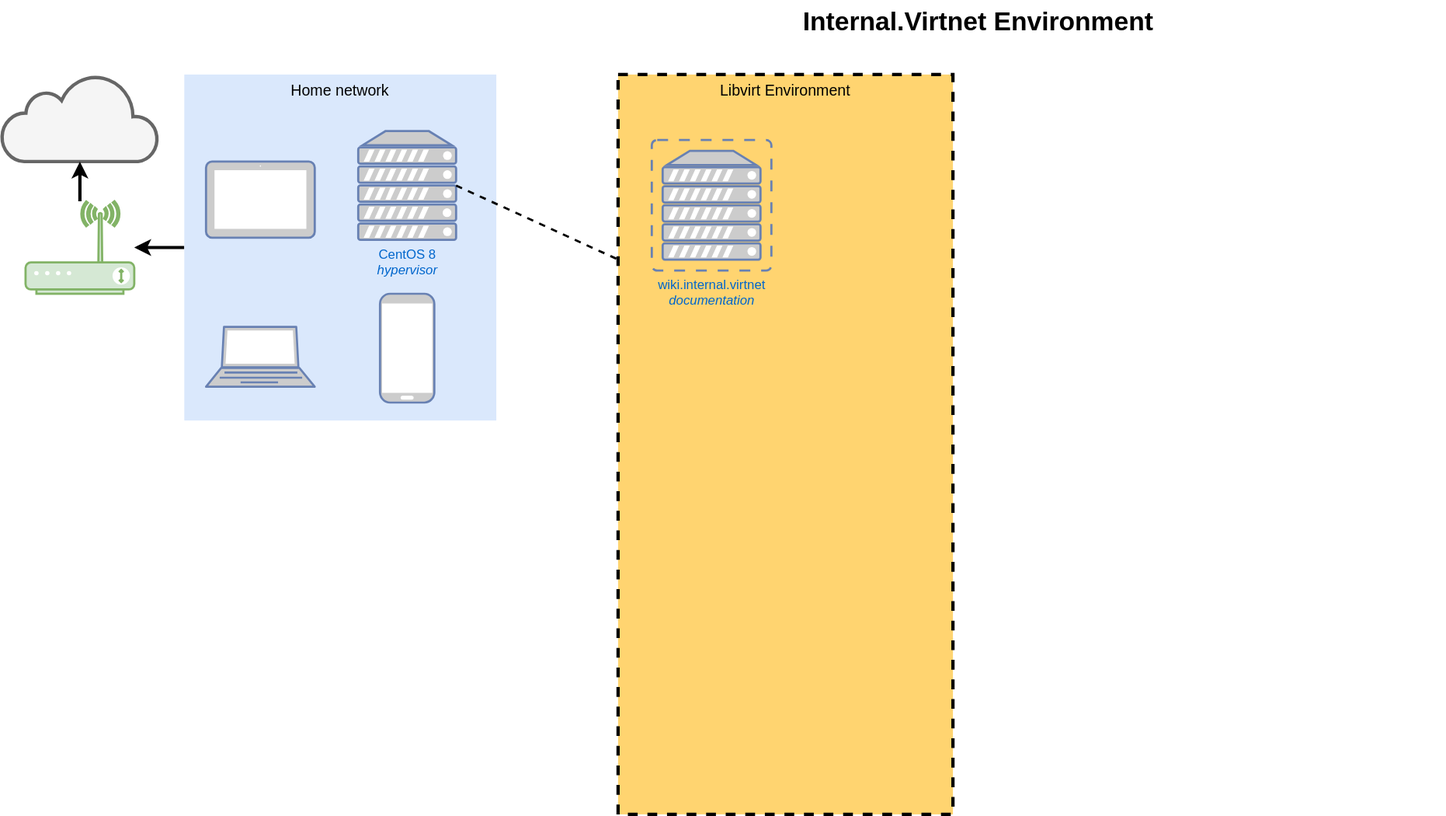
jeremyhager/jeremyhager.github.io keeps this draw.io diagram as static/img/internal-virtnet.svg. Above is the earlier version. Source tidied: cells renumbered, new cells last; positions are measured from the earlier drawing's top-left corner, leaving out a move shared by most shapes.
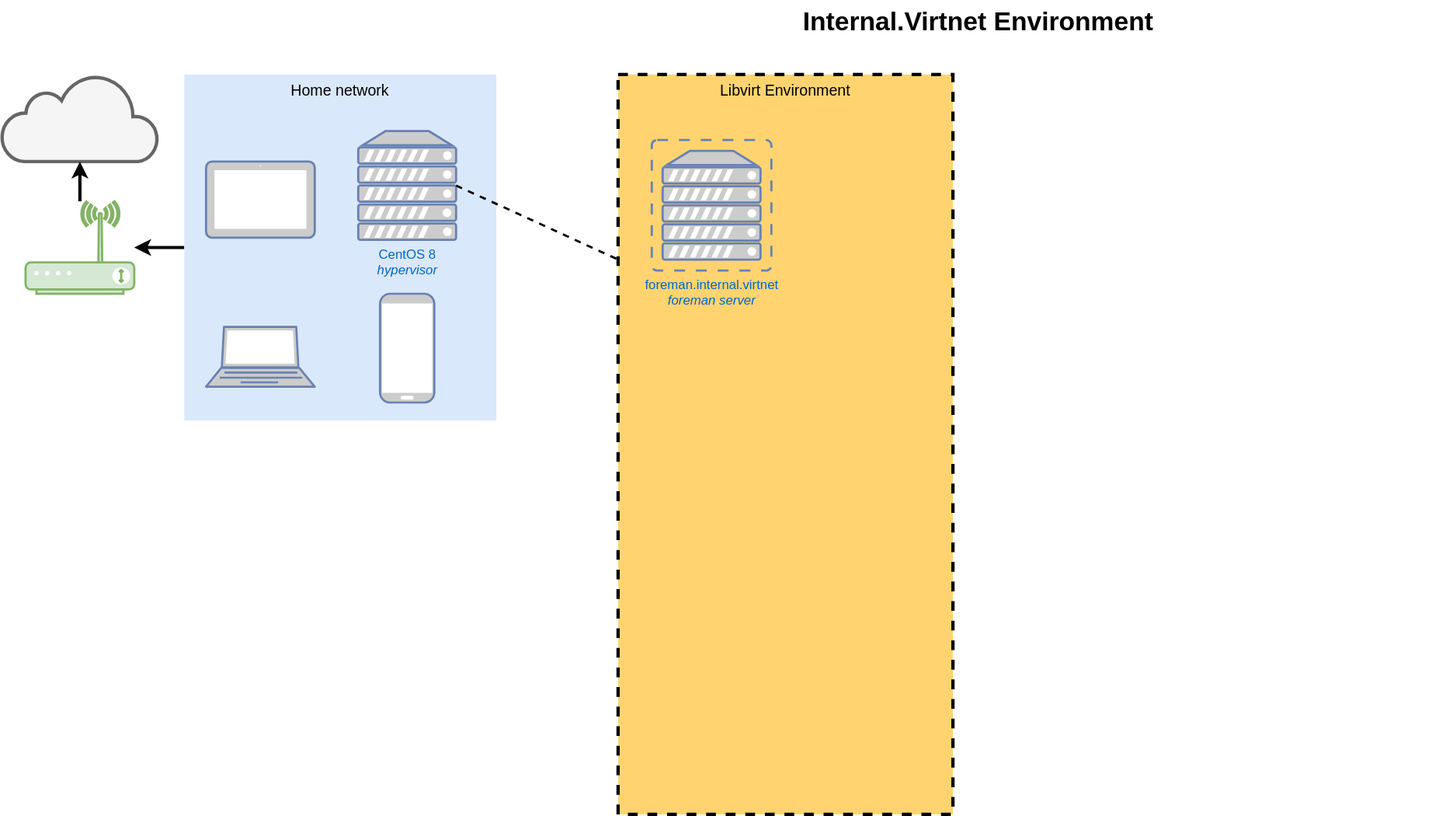
The same file after the commit.

Diff of the diagram source:
```diff
@@ -14,7 +14,7 @@
     <mxCell id="5" value="Internal.Virtnet Environment" style="text;strokeColor=none;fillColor=none;html=1;fontSize=24;fontStyle=1;verticalAlign=middle;align=center;" parent="1" vertex="1">
       <mxGeometry x="467" width="861" height="40" as="geometry" />
     </mxCell>
-    <mxCell id="6" value="wiki.internal.virtnet&lt;br&gt;&lt;i&gt;documentation&lt;/i&gt;" style="fontColor=#0066CC;verticalAlign=top;verticalLabelPosition=bottom;labelPosition=center;align=center;html=1;fillColor=#CCCCCC;strokeColor=#6881B3;gradientColor=none;gradientDirection=north;strokeWidth=2;shape=mxgraph.networks.virtual_server;" parent="1" vertex="1">
+    <mxCell id="6" value="foreman.internal.virtnet&lt;br&gt;&lt;i&gt;foreman server&lt;/i&gt;" style="fontColor=#0066CC;verticalAlign=top;verticalLabelPosition=bottom;labelPosition=center;align=center;html=1;fillColor=#CCCCCC;strokeColor=#6881B3;gradientColor=none;gradientDirection=north;strokeWidth=2;shape=mxgraph.networks.virtual_server;" parent="1" vertex="1">
       <mxGeometry x="598" y="128.1" width="110" height="120" as="geometry" />
     </mxCell>
     <mxCell id="7" value="CentOS 8&lt;br&gt;&lt;i&gt;hypervisor&lt;/i&gt;" style="fontColor=#0066CC;verticalAlign=top;verticalLabelPosition=bottom;labelPosition=center;align=center;html=1;outlineConnect=0;fillColor=#CCCCCC;strokeColor=#6881B3;gradientColor=none;gradientDirection=north;strokeWidth=2;shape=mxgraph.networks.server;" parent="1" vertex="1">
```
